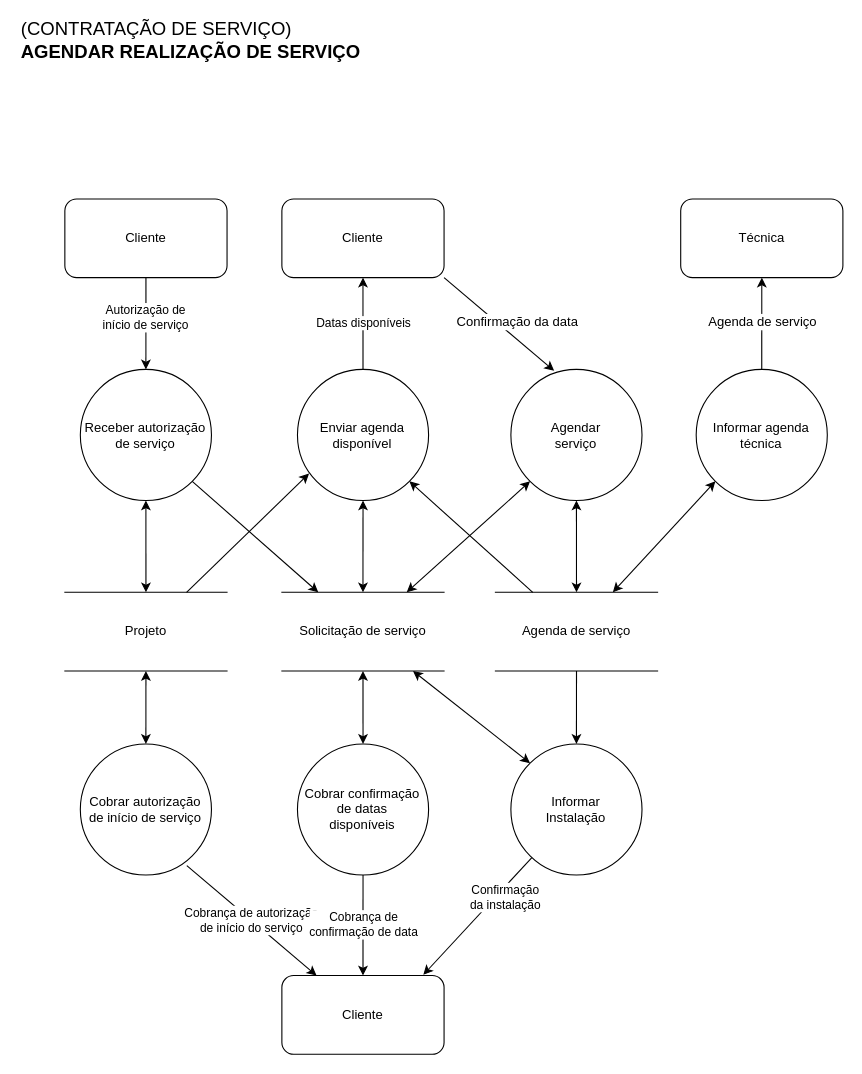
The draw.io diagram page "Agendamento" (2 of 11) of 16. DFD Essencial para cada capacidade.drawio in somosafsociety/Eng-Soft-EC2A, before the edit. Source tidied: cells renumbered, new cells numbered last; positions are measured from the earlier drawing's top-left corner, leaving out a move shared by most shapes. Both pictures are drawn from the tidied source at 109%, with x=0, y=0 at pixel (19, 24).
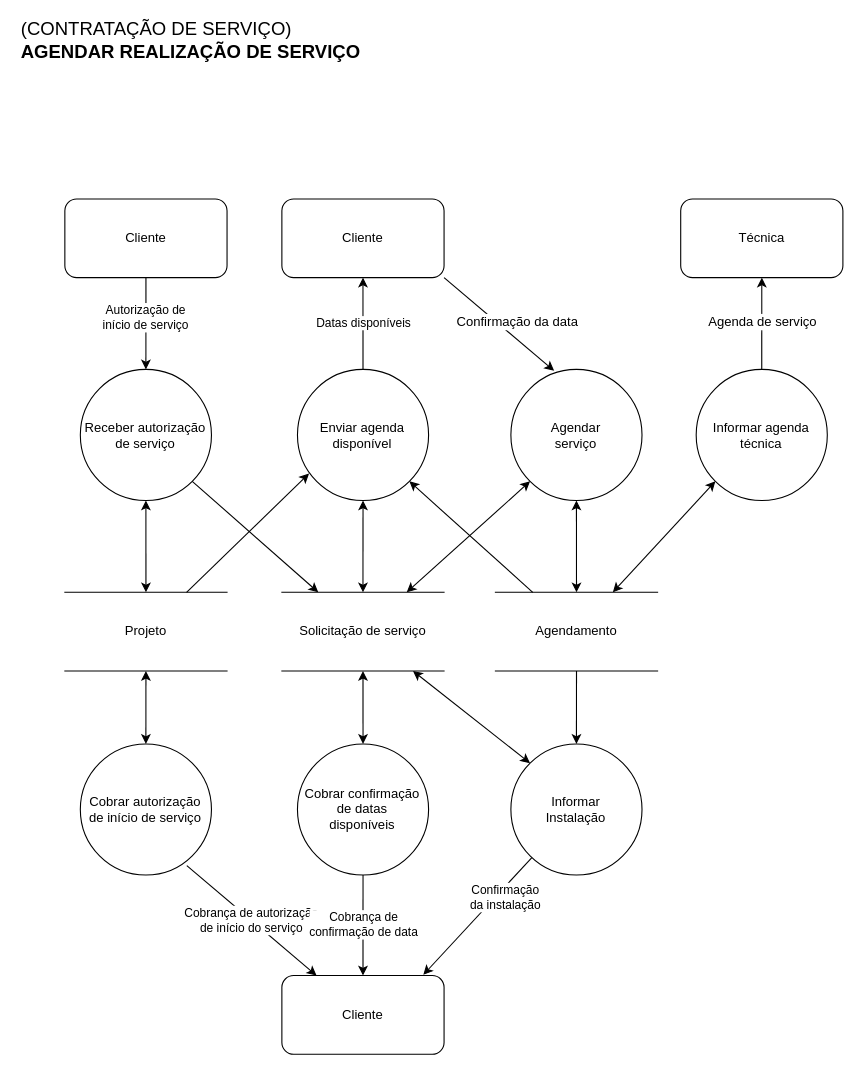
After the change.

What changed in the source:
```diff
@@
-    <mxCell id="10" value="Agenda de serviço" style="shape=partialRectangle;whiteSpace=wrap;html=1;left=0;right=0;fillColor=none;" parent="1" vertex="1">
+    <mxCell id="10" value="Agendamento" style="shape=partialRectangle;whiteSpace=wrap;html=1;left=0;right=0;fillColor=none;" parent="1" vertex="1">
       <mxGeometry x="437" y="520.9" width="148.8" height="72.2" as="geometry" />
     </mxCell>
```
